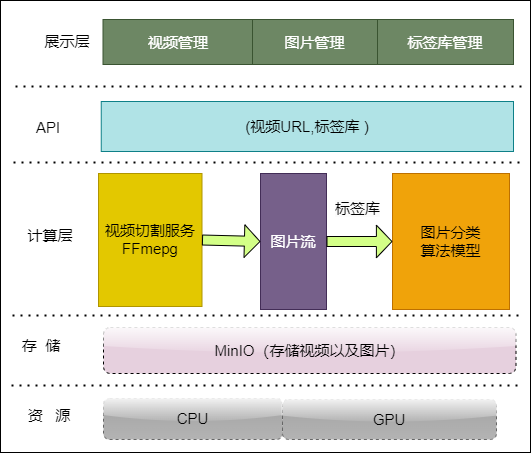
This is 未命名绘图.png from imtiqq/draw, a draw.io export, as it was before one commit. Source tidied: cells renumbered, new cells last; positions are measured from the earlier drawing's top-left corner, leaving out a move shared by most shapes.
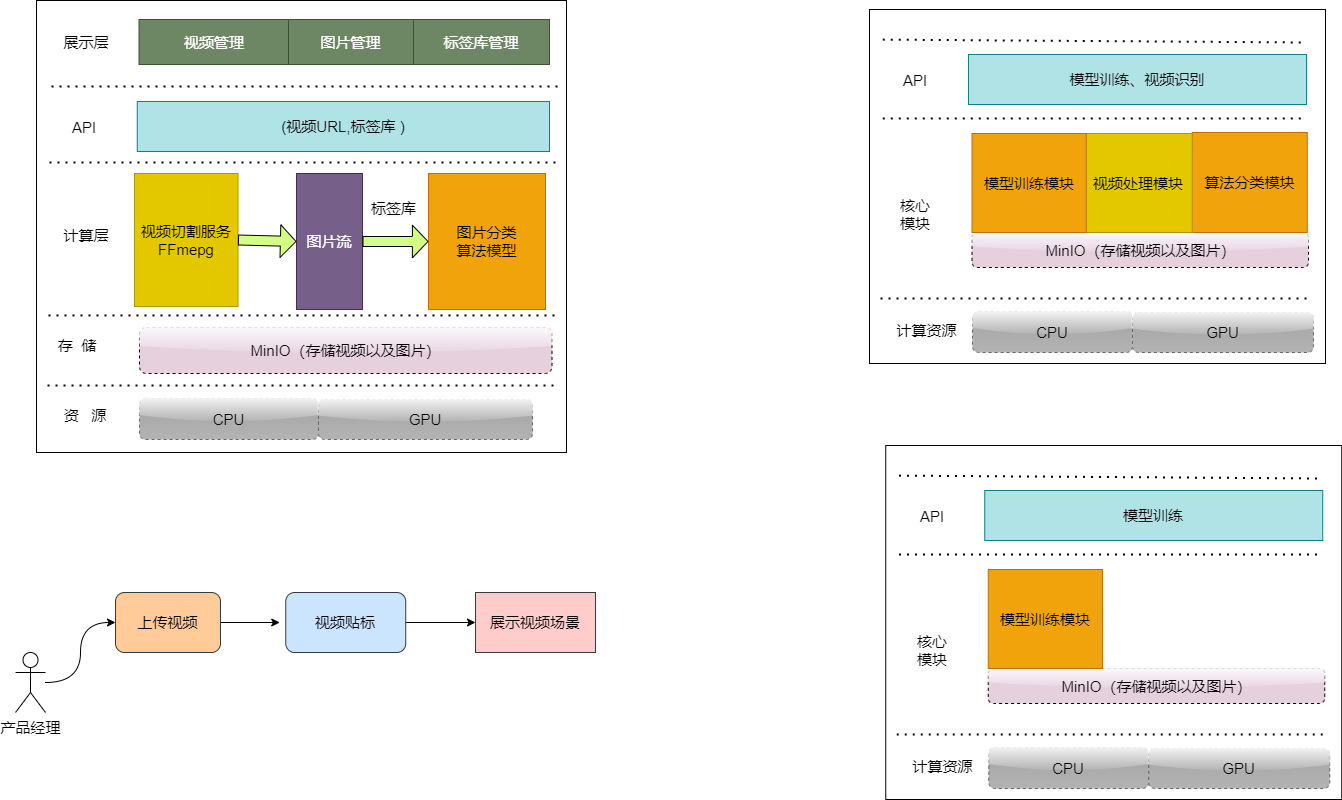
Above is the later version.

Commit message:
更新未命名绘图.png

What changed in the source:
```diff
@@ -42,7 +42,7 @@
       <mxGeometry x="20" y="220" width="60" height="30" as="geometry" />
     </mxCell>
     <mxCell id="13" value="展示层" style="text;html=1;strokeColor=none;fillColor=none;align=center;verticalAlign=middle;whiteSpace=wrap;rounded=0;fontSize=15;" parent="1" vertex="1">
-      <mxGeometry x="37" y="19" width="60" height="44" as="geometry" />
+      <mxGeometry x="20" y="20" width="60" height="44" as="geometry" />
     </mxCell>
     <mxCell id="14" style="endArrow=none;dashed=1;html=1;dashPattern=1 3;strokeWidth=2;rounded=0;fontSize=15;" parent="1" edge="1">
       <mxGeometry relative="1" as="geometry">
@@ -83,5 +83,122 @@
     <mxCell id="24" value="&lt;span style=&quot;color: rgb(0, 0, 0); font-family: Helvetica; font-size: 15px; font-style: normal; font-variant-ligatures: normal; font-variant-caps: normal; font-weight: 400; letter-spacing: normal; orphans: 2; text-align: center; text-indent: 0px; text-transform: none; widows: 2; word-spacing: 0px; -webkit-text-stroke-width: 0px; background-color: rgb(251, 251, 251); text-decoration-thickness: initial; text-decoration-style: initial; text-decoration-color: initial; float: none; display: inline !important;&quot;&gt;标签库&lt;/span&gt;" style="text;whiteSpace=wrap;html=1;" parent="1" vertex="1">
       <mxGeometry x="333" y="193" width="54" height="34" as="geometry" />
     </mxCell>
+    <mxCell id="25" style="edgeStyle=orthogonalEdgeStyle;jettySize=auto;html=1;entryX=0;entryY=0.5;entryDx=0;entryDy=0;curved=1;fontSize=15;" parent="1" edge="1" source="26" target="28">
+      <mxGeometry relative="1" as="geometry" />
+    </mxCell>
+    <mxCell id="26" value="产品经理" style="shape=umlActor;verticalLabelPosition=bottom;verticalAlign=top;html=1;outlineConnect=0;fontSize=15;" parent="1" vertex="1">
+      <mxGeometry x="-21" y="652" width="30" height="60" as="geometry" />
+    </mxCell>
+    <mxCell id="27" style="edgeStyle=orthogonalEdgeStyle;rounded=0;jettySize=auto;html=1;entryX=-0.05;entryY=0.5;entryDx=0;entryDy=0;entryPerimeter=0;fontSize=15;" parent="1" edge="1" source="28" target="30">
+      <mxGeometry relative="1" as="geometry" />
+    </mxCell>
+    <mxCell id="28" value="上传视频" style="rounded=1;whiteSpace=wrap;html=1;fontSize=15;fillColor=#ffcc99;strokeColor=#36393d;" parent="1" vertex="1">
+      <mxGeometry x="79" y="592" width="105" height="60" as="geometry" />
+    </mxCell>
+    <mxCell id="29" style="edgeStyle=orthogonalEdgeStyle;rounded=0;jettySize=auto;html=1;exitX=1;exitY=0.5;exitDx=0;exitDy=0;entryX=0;entryY=0.5;entryDx=0;entryDy=0;fontSize=15;" parent="1" edge="1" source="30" target="31">
+      <mxGeometry relative="1" as="geometry" />
+    </mxCell>
+    <mxCell id="30" value="视频贴标" style="rounded=1;whiteSpace=wrap;html=1;fontSize=15;fillColor=#cce5ff;strokeColor=#36393d;" parent="1" vertex="1">
+      <mxGeometry x="249.2" y="592" width="120" height="60" as="geometry" />
+    </mxCell>
+    <mxCell id="31" value="展示视频场景" style="rounded=0;whiteSpace=wrap;html=1;fontSize=15;fillColor=#ffcccc;strokeColor=#36393d;" parent="1" vertex="1">
+      <mxGeometry x="439" y="592" width="120" height="60" as="geometry" />
+    </mxCell>
+    <mxCell id="32" style="rounded=0;whiteSpace=wrap;html=1;fontSize=15;" parent="1" vertex="1">
+      <mxGeometry x="833" y="9" width="456" height="354" as="geometry" />
+    </mxCell>
+    <mxCell id="33" value="MinIO（存储视频以及图片）" style="rounded=1;whiteSpace=wrap;html=1;shadow=0;glass=1;dashed=1;strokeWidth=1;fillColor=#E6D0DE;fontSize=15;" parent="1" vertex="1">
+      <mxGeometry x="935.5" y="232" width="336.5" height="35" as="geometry" />
+    </mxCell>
+    <mxCell id="34" value="算法分类模块" style="rounded=0;whiteSpace=wrap;html=1;fillColor=#f0a30a;fontColor=#000000;strokeColor=#BD7000;fontSize=15;" parent="1" vertex="1">
+      <mxGeometry x="1155.8" y="132" width="115" height="100" as="geometry" />
+    </mxCell>
+    <mxCell id="35" style="endArrow=none;dashed=1;html=1;dashPattern=1 3;strokeWidth=2;rounded=0;fontSize=15;" parent="1" edge="1">
+      <mxGeometry relative="1" as="geometry">
+        <mxPoint x="846.2" y="118.1" as="sourcePoint" />
+        <mxPoint x="1270" y="118" as="targetPoint" />
+      </mxGeometry>
+    </mxCell>
+    <mxCell id="36" style="endArrow=none;dashed=1;html=1;dashPattern=1 3;strokeWidth=2;rounded=0;fontSize=15;" parent="1" edge="1">
+      <mxGeometry relative="1" as="geometry">
+        <mxPoint x="844" y="298.1" as="sourcePoint" />
+        <mxPoint x="1274" y="298" as="targetPoint" />
+      </mxGeometry>
+    </mxCell>
+    <mxCell id="37" value="计算资源" style="text;html=1;strokeColor=none;fillColor=none;align=center;verticalAlign=middle;whiteSpace=wrap;rounded=0;fontSize=15;" parent="1" vertex="1">
+      <mxGeometry x="856" y="314" width="69" height="31" as="geometry" />
+    </mxCell>
+    <mxCell id="38" value="CPU" style="rounded=1;whiteSpace=wrap;html=1;shadow=0;glass=1;dashed=1;strokeWidth=1;fillColor=#A3A3A3;gradientColor=#b3b3b3;strokeColor=#666666;fontSize=15;" parent="1" vertex="1">
+      <mxGeometry x="936" y="311" width="160" height="41" as="geometry" />
+    </mxCell>
+    <mxCell id="39" value="GPU" style="rounded=1;whiteSpace=wrap;html=1;shadow=0;glass=1;dashed=1;strokeWidth=1;fillColor=#A3A3A3;gradientColor=#b3b3b3;strokeColor=#666666;fontSize=15;" parent="1" vertex="1">
+      <mxGeometry x="1096" y="312" width="181" height="40" as="geometry" />
+    </mxCell>
+    <mxCell id="40" style="endArrow=none;dashed=1;html=1;dashPattern=1 3;strokeWidth=2;rounded=0;fontSize=15;" parent="1" edge="1">
+      <mxGeometry relative="1" as="geometry">
+        <mxPoint x="846.2" y="39.1" as="sourcePoint" />
+        <mxPoint x="1270" y="42" as="targetPoint" />
+      </mxGeometry>
+    </mxCell>
+    <mxCell id="41" value="API" style="text;html=1;strokeColor=none;fillColor=none;align=center;verticalAlign=middle;whiteSpace=wrap;rounded=0;fontSize=15;" parent="1" vertex="1">
+      <mxGeometry x="849.2" y="65" width="60" height="30" as="geometry" />
+    </mxCell>
+    <mxCell id="42" value="模型训练、视频识别" style="rounded=0;whiteSpace=wrap;html=1;fillColor=#b0e3e6;strokeColor=#0e8088;fontSize=15;" parent="1" vertex="1">
+      <mxGeometry x="932" y="54" width="338" height="50" as="geometry" />
+    </mxCell>
+    <mxCell id="43" value="视频处理模块" style="rounded=0;whiteSpace=wrap;html=1;fillColor=#e3c800;fontColor=#000000;strokeColor=#B09500;fontSize=15;" parent="1" vertex="1">
+      <mxGeometry x="1047.8" y="133" width="108" height="99" as="geometry" />
+    </mxCell>
+    <mxCell id="44" value="模型训练模块" style="rounded=0;whiteSpace=wrap;html=1;fillColor=#f0a30a;fontColor=#000000;strokeColor=#BD7000;fontSize=15;" parent="1" vertex="1">
+      <mxGeometry x="935.5" y="133" width="114.2" height="99" as="geometry" />
+    </mxCell>
+    <mxCell id="45" value="核心模块" style="text;html=1;strokeColor=none;fillColor=none;align=center;verticalAlign=middle;whiteSpace=wrap;rounded=0;fontSize=15;" parent="1" vertex="1">
+      <mxGeometry x="858.4" y="176" width="41.8" height="75" as="geometry" />
+    </mxCell>
+    <mxCell id="46" style="rounded=0;whiteSpace=wrap;html=1;fontSize=15;" parent="1" vertex="1">
+      <mxGeometry x="849.2" y="445" width="456" height="354" as="geometry" />
+    </mxCell>
+    <mxCell id="47" value="MinIO（存储视频以及图片）" style="rounded=1;whiteSpace=wrap;html=1;shadow=0;glass=1;dashed=1;strokeWidth=1;fillColor=#E6D0DE;fontSize=15;" parent="1" vertex="1">
+      <mxGeometry x="951.8" y="668" width="336.5" height="35" as="geometry" />
+    </mxCell>
+    <mxCell id="48" style="endArrow=none;dashed=1;html=1;dashPattern=1 3;strokeWidth=2;rounded=0;fontSize=15;" parent="1" edge="1">
+      <mxGeometry relative="1" as="geometry">
+        <mxPoint x="862.5" y="554.1" as="sourcePoint" />
+        <mxPoint x="1286.2" y="554" as="targetPoint" />
+      </mxGeometry>
+    </mxCell>
+    <mxCell id="49" style="endArrow=none;dashed=1;html=1;dashPattern=1 3;strokeWidth=2;rounded=0;fontSize=15;" parent="1" edge="1">
+      <mxGeometry relative="1" as="geometry">
+        <mxPoint x="860.2" y="734.1" as="sourcePoint" />
+        <mxPoint x="1290.2" y="734" as="targetPoint" />
+      </mxGeometry>
+    </mxCell>
+    <mxCell id="50" value="计算资源" style="text;html=1;strokeColor=none;fillColor=none;align=center;verticalAlign=middle;whiteSpace=wrap;rounded=0;fontSize=15;" parent="1" vertex="1">
+      <mxGeometry x="872.2" y="750" width="69" height="31" as="geometry" />
+    </mxCell>
+    <mxCell id="51" value="CPU" style="rounded=1;whiteSpace=wrap;html=1;shadow=0;glass=1;dashed=1;strokeWidth=1;fillColor=#A3A3A3;gradientColor=#b3b3b3;strokeColor=#666666;fontSize=15;" parent="1" vertex="1">
+      <mxGeometry x="952.2" y="747" width="160" height="41" as="geometry" />
+    </mxCell>
+    <mxCell id="52" value="GPU" style="rounded=1;whiteSpace=wrap;html=1;shadow=0;glass=1;dashed=1;strokeWidth=1;fillColor=#A3A3A3;gradientColor=#b3b3b3;strokeColor=#666666;fontSize=15;" parent="1" vertex="1">
+      <mxGeometry x="1112.2" y="748" width="181" height="40" as="geometry" />
+    </mxCell>
+    <mxCell id="53" style="endArrow=none;dashed=1;html=1;dashPattern=1 3;strokeWidth=2;rounded=0;fontSize=15;" parent="1" edge="1">
+      <mxGeometry relative="1" as="geometry">
+        <mxPoint x="862.5" y="475.1" as="sourcePoint" />
+        <mxPoint x="1286.2" y="478" as="targetPoint" />
+      </mxGeometry>
+    </mxCell>
+    <mxCell id="54" value="API" style="text;html=1;strokeColor=none;fillColor=none;align=center;verticalAlign=middle;whiteSpace=wrap;rounded=0;fontSize=15;" parent="1" vertex="1">
+      <mxGeometry x="865.5" y="501" width="60" height="30" as="geometry" />
+    </mxCell>
+    <mxCell id="55" value="模型训练" style="rounded=0;whiteSpace=wrap;html=1;fillColor=#b0e3e6;strokeColor=#0e8088;fontSize=15;" parent="1" vertex="1">
+      <mxGeometry x="948.2" y="490" width="338" height="50" as="geometry" />
+    </mxCell>
+    <mxCell id="56" value="模型训练模块" style="rounded=0;whiteSpace=wrap;html=1;fillColor=#f0a30a;fontColor=#000000;strokeColor=#BD7000;fontSize=15;" parent="1" vertex="1">
+      <mxGeometry x="951.8" y="569" width="114.2" height="99" as="geometry" />
+    </mxCell>
+    <mxCell id="57" value="核心模块" style="text;html=1;strokeColor=none;fillColor=none;align=center;verticalAlign=middle;whiteSpace=wrap;rounded=0;fontSize=15;" parent="1" vertex="1">
+      <mxGeometry x="874.6" y="612" width="41.8" height="75" as="geometry" />
+    </mxCell>
   </root>
 </mxGraphModel>
```
